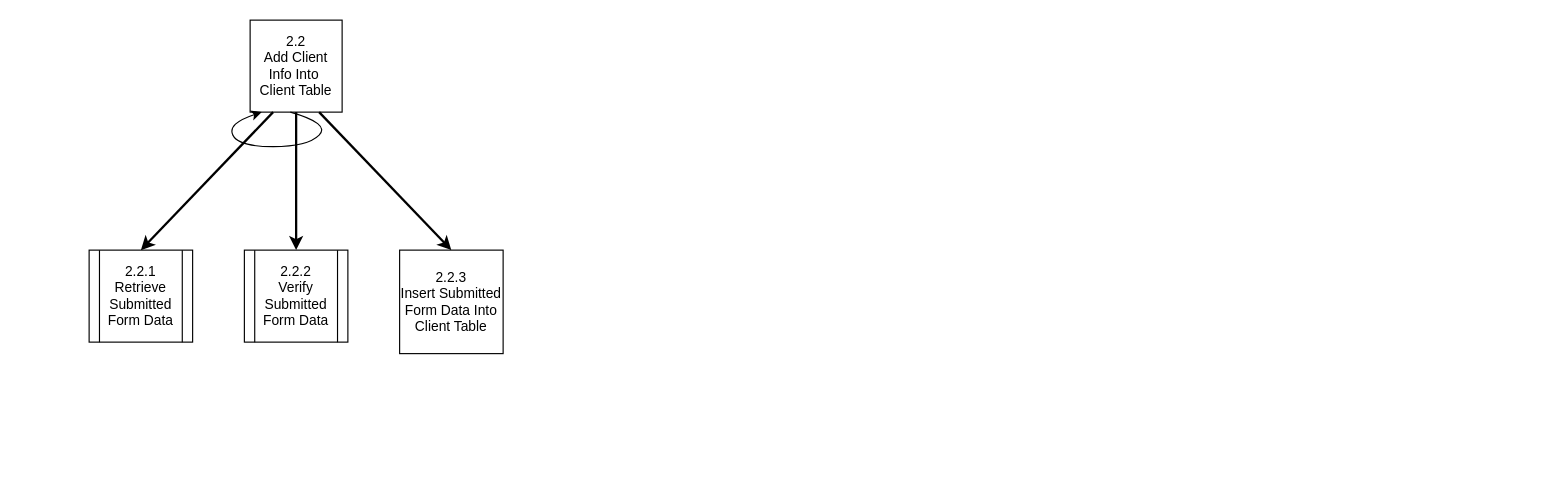
The draw.io diagram page "2.2: Add Client Info to Client Table" (2 of 2) of Diagrams/StructureCharts/Proc2CreateClient.drawio in Harlento/SchedulingSystem, before the edit. Source tidied: cells renumbered, new cells numbered last; positions are measured from the earlier drawing's top-left corner, leaving out a move shared by most shapes. Both pictures are drawn from the tidied source at 115%, with x=0, y=0 at pixel (89, 20).
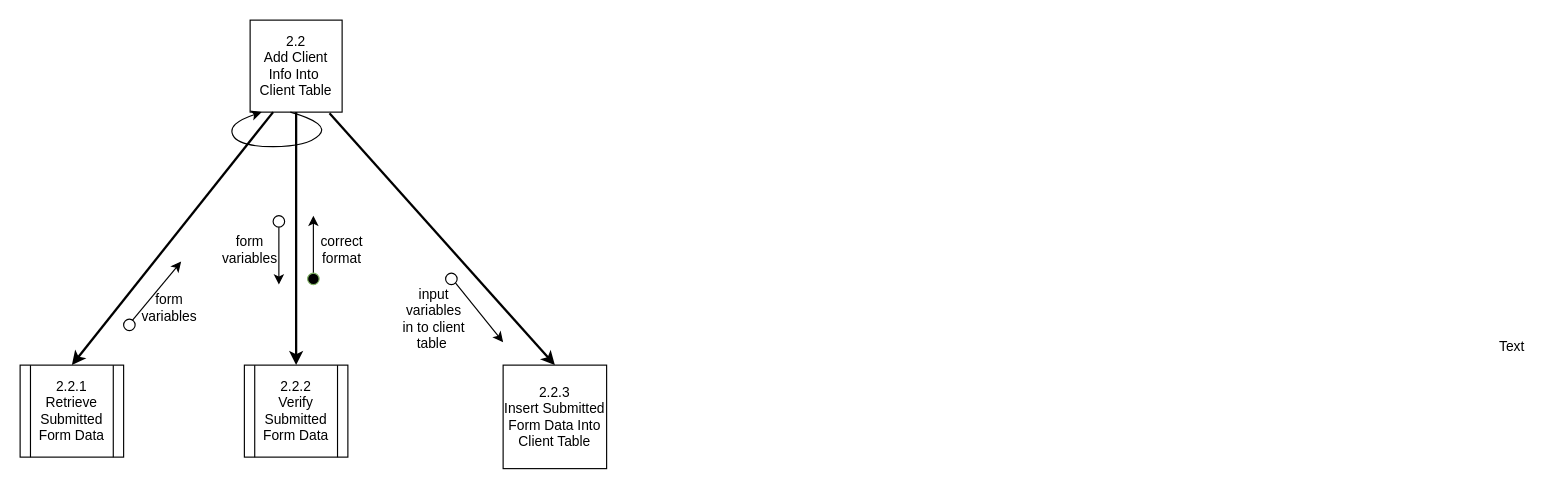
The same page after the edit.

Unchanged cells that the change refers to:
```xml
<mxCell id="2" value="2.2&lt;br&gt;Add Client Info Into&amp;nbsp; Client Table" style="whiteSpace=wrap;html=1;" parent="1" vertex="1">
  <mxGeometry x="140" width="80" height="80" as="geometry" />
</mxCell>
```

What changed in the source:
```diff
@@
     <mxCell id="4" value="&lt;span style=&quot;white-space: normal&quot;&gt;2.2.1&lt;br&gt;&lt;/span&gt;Retrieve Submitted Form Data" style="shape=process;whiteSpace=wrap;html=1;backgroundOutline=1;" parent="1" vertex="1">
-      <mxGeometry y="200" width="90" height="80" as="geometry" />
+      <mxGeometry x="-60" y="300" width="90" height="80" as="geometry" />
     </mxCell>
     <mxCell id="5" value="&lt;span style=&quot;white-space: normal&quot;&gt;2.2.2&lt;br&gt;&lt;/span&gt;Verify Submitted Form Data" style="shape=process;whiteSpace=wrap;html=1;backgroundOutline=1;" parent="1" vertex="1">
-      <mxGeometry x="135" y="200" width="90" height="80" as="geometry" />
+      <mxGeometry x="135" y="300" width="90" height="80" as="geometry" />
     </mxCell>
@@
-    <mxCell id="7" style="endArrow=classic;html=1;strokeWidth=2;entryX=0.5;entryY=0;entryDx=0;entryDy=0;exitX=0.75;exitY=1;exitDx=0;exitDy=0;" parent="1" edge="1" source="2" target="8">
+    <mxCell id="7" style="endArrow=classic;html=1;strokeWidth=2;entryX=0.5;entryY=0;entryDx=0;entryDy=0;exitX=0.863;exitY=1.013;exitDx=0;exitDy=0;exitPerimeter=0;" parent="1" edge="1" source="2" target="8">
       <mxGeometry relative="1" as="geometry" />
     </mxCell>
     <mxCell id="8" value="2.2.3&lt;br&gt;Insert Submitted Form Data Into Client Table" style="whiteSpace=wrap;html=1;" parent="1" vertex="1">
-      <mxGeometry x="270" y="200" width="90" height="90" as="geometry" />
+      <mxGeometry x="360" y="300" width="90" height="90" as="geometry" />
     </mxCell>
@@
+    <mxCell id="10" style="endArrow=classic;html=1;exitX=1;exitY=1;exitDx=0;exitDy=0;" parent="1" edge="1" source="11">
+      <mxGeometry relative="1" as="geometry">
+        <mxPoint x="360" y="280" as="targetPoint" />
+      </mxGeometry>
+    </mxCell>
+    <mxCell id="11" style="ellipse;whiteSpace=wrap;html=1;fillColor=#FFFFFF;" parent="1" vertex="1">
+      <mxGeometry x="310" y="220" width="10" height="10" as="geometry" />
+    </mxCell>
+    <mxCell id="12" style="endArrow=classic;html=1;exitX=0.5;exitY=0;exitDx=0;exitDy=0;" parent="1" edge="1" source="13">
+      <mxGeometry relative="1" as="geometry">
+        <mxPoint x="195" y="170" as="targetPoint" />
+      </mxGeometry>
+    </mxCell>
+    <mxCell id="13" style="ellipse;whiteSpace=wrap;html=1;fillColor=#000000;strokeColor=#82b366;" parent="1" vertex="1">
+      <mxGeometry x="190" y="220" width="10" height="10" as="geometry" />
+    </mxCell>
+    <mxCell id="14" style="endArrow=classic;html=1;exitX=0.5;exitY=1;exitDx=0;exitDy=0;" parent="1" edge="1" source="15">
+      <mxGeometry relative="1" as="geometry">
+        <mxPoint x="165" y="230" as="targetPoint" />
+      </mxGeometry>
+    </mxCell>
+    <mxCell id="15" style="ellipse;whiteSpace=wrap;html=1;fillColor=#FFFFFF;" parent="1" vertex="1">
+      <mxGeometry x="160" y="170" width="10" height="10" as="geometry" />
+    </mxCell>
+    <mxCell id="16" style="endArrow=classic;html=1;exitX=0;exitY=1;exitDx=0;exitDy=0;" parent="1" edge="1" source="17">
+      <mxGeometry relative="1" as="geometry">
+        <mxPoint x="80" y="210" as="targetPoint" />
+      </mxGeometry>
+    </mxCell>
+    <mxCell id="17" style="ellipse;whiteSpace=wrap;html=1;fillColor=#FFFFFF;" parent="1" vertex="1">
+      <mxGeometry x="30" y="260" width="10" height="10" as="geometry" />
+    </mxCell>
+    <mxCell id="18" value="form variables" style="text;html=1;strokeColor=none;fillColor=none;align=center;verticalAlign=middle;whiteSpace=wrap;rounded=0;" parent="1" vertex="1">
+      <mxGeometry x="40" y="240" width="60" height="20" as="geometry" />
+    </mxCell>
+    <mxCell id="19" value="correct format" style="text;html=1;strokeColor=none;fillColor=none;align=center;verticalAlign=middle;whiteSpace=wrap;rounded=0;" parent="1" vertex="1">
+      <mxGeometry x="190" y="190" width="60" height="20" as="geometry" />
+    </mxCell>
+    <mxCell id="20" value="form variables" style="text;html=1;strokeColor=none;fillColor=none;align=center;verticalAlign=middle;whiteSpace=wrap;rounded=0;" parent="1" vertex="1">
+      <mxGeometry x="110" y="190" width="60" height="20" as="geometry" />
+    </mxCell>
+    <mxCell id="21" value="input variables in to client table&amp;nbsp;" style="text;html=1;strokeColor=none;fillColor=none;align=center;verticalAlign=middle;whiteSpace=wrap;rounded=0;" parent="1" vertex="1">
+      <mxGeometry x="270" y="250" width="60" height="20" as="geometry" />
+    </mxCell>
+    <mxCell id="22" value="Text" style="text;html=1;align=center;verticalAlign=middle;" parent="1" vertex="1">
+      <mxGeometry x="1217" y="274" width="40" height="20" as="geometry" />
+    </mxCell>
+    <mxCell id="23" style="edgeStyle=orthogonalEdgeStyle;rounded=0;orthogonalLoop=1;jettySize=auto;html=1;exitX=0.5;exitY=1;exitDx=0;exitDy=0;" parent="1" edge="1" source="19" target="19">
+      <mxGeometry relative="1" as="geometry" />
+    </mxCell>
```
